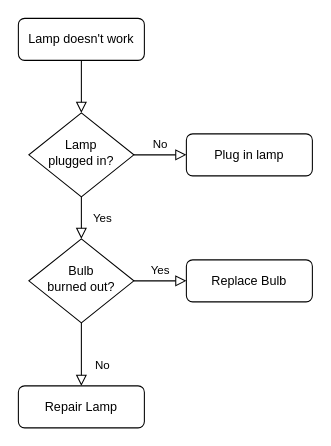
The draw.io diagram Untitled Diagram.drawio in ghensie/HelloWorld, before the edit. Source tidied: cells renumbered, new cells numbered last; positions are measured from the earlier drawing's top-left corner, leaving out a move shared by most shapes. Both pictures are drawn from the tidied source at 105%, with x=0, y=0 at pixel (18, 18).
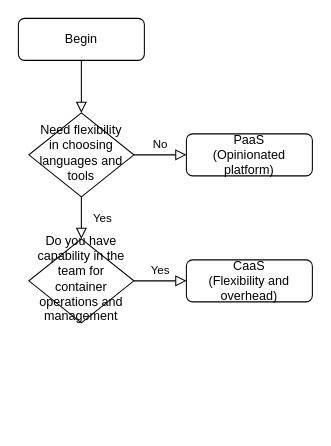
The same diagram, later.

What changed in the source:
```diff
@@
 <mxGraphModel>
   <root>
     <mxCell id="0" />
     <mxCell id="1" parent="0" />
     <mxCell id="2" style="rounded=0;html=1;jettySize=auto;fontSize=11;endArrow=block;endFill=0;endSize=8;strokeWidth=1;shadow=0;labelBackgroundColor=none;edgeStyle=orthogonalEdgeStyle;" parent="1" edge="1" source="3" target="6">
       <mxGeometry relative="1" as="geometry" />
     </mxCell>
-    <mxCell id="3" value="Lamp doesn't work" style="rounded=1;whiteSpace=wrap;html=1;fontSize=12;glass=0;strokeWidth=1;shadow=0;" parent="1" vertex="1">
+    <mxCell id="3" value="Begin" style="rounded=1;whiteSpace=wrap;html=1;fontSize=12;glass=0;strokeWidth=1;shadow=0;" parent="1" vertex="1">
       <mxGeometry width="120" height="40" as="geometry" />
     </mxCell>
     <mxCell id="4" value="Yes" style="rounded=0;html=1;jettySize=auto;fontSize=11;endArrow=block;endFill=0;endSize=8;strokeWidth=1;shadow=0;labelBackgroundColor=none;edgeStyle=orthogonalEdgeStyle;" parent="1" edge="1" source="6" target="10">
       <mxGeometry y="20" relative="1" as="geometry" />
     </mxCell>
     <mxCell id="5" value="No" style="edgeStyle=orthogonalEdgeStyle;rounded=0;html=1;jettySize=auto;fontSize=11;endArrow=block;endFill=0;endSize=8;strokeWidth=1;shadow=0;labelBackgroundColor=none;" parent="1" edge="1" source="6" target="7">
       <mxGeometry y="10" relative="1" as="geometry" />
     </mxCell>
-    <mxCell id="6" value="Lamp&lt;br&gt;plugged in?" style="rhombus;whiteSpace=wrap;html=1;shadow=0;fontFamily=Helvetica;fontSize=12;align=center;strokeWidth=1;spacing=6;spacingTop=-4;" parent="1" vertex="1">
+    <mxCell id="6" value="Need flexibility in choosing languages and tools" style="rhombus;whiteSpace=wrap;html=1;shadow=0;fontFamily=Helvetica;fontSize=12;align=center;strokeWidth=1;spacing=6;spacingTop=-4;" parent="1" vertex="1">
       <mxGeometry x="10" y="90" width="100" height="80" as="geometry" />
     </mxCell>
-    <mxCell id="7" value="Plug in lamp" style="rounded=1;whiteSpace=wrap;html=1;fontSize=12;glass=0;strokeWidth=1;shadow=0;" parent="1" vertex="1">
+    <mxCell id="7" value="PaaS&lt;br&gt;(Opinionated platform)" style="rounded=1;whiteSpace=wrap;html=1;fontSize=12;glass=0;strokeWidth=1;shadow=0;" parent="1" vertex="1">
       <mxGeometry x="160" y="110" width="120" height="40" as="geometry" />
     </mxCell>
-    <mxCell id="8" value="No" style="rounded=0;html=1;jettySize=auto;fontSize=11;endArrow=block;endFill=0;endSize=8;strokeWidth=1;shadow=0;labelBackgroundColor=none;edgeStyle=orthogonalEdgeStyle;" parent="1" edge="1" source="10" target="11">
-      <mxGeometry x="0.33" y="20" relative="1" as="geometry" />
-    </mxCell>
     <mxCell id="9" value="Yes" style="edgeStyle=orthogonalEdgeStyle;rounded=0;html=1;jettySize=auto;fontSize=11;endArrow=block;endFill=0;endSize=8;strokeWidth=1;shadow=0;labelBackgroundColor=none;" parent="1" edge="1" source="10" target="12">
       <mxGeometry y="10" relative="1" as="geometry" />
     </mxCell>
-    <mxCell id="10" value="Bulb&lt;br&gt;burned out?" style="rhombus;whiteSpace=wrap;html=1;shadow=0;fontFamily=Helvetica;fontSize=12;align=center;strokeWidth=1;spacing=6;spacingTop=-4;" parent="1" vertex="1">
+    <mxCell id="10" value="Do you have capability in the team for container operations and management" style="rhombus;whiteSpace=wrap;html=1;shadow=0;fontFamily=Helvetica;fontSize=12;align=center;strokeWidth=1;spacing=6;spacingTop=-4;" parent="1" vertex="1">
       <mxGeometry x="10" y="210" width="100" height="80" as="geometry" />
     </mxCell>
-    <mxCell id="11" value="Repair Lamp" style="rounded=1;whiteSpace=wrap;html=1;fontSize=12;glass=0;strokeWidth=1;shadow=0;" parent="1" vertex="1">
-      <mxGeometry y="350" width="120" height="40" as="geometry" />
-    </mxCell>
-    <mxCell id="12" value="Replace Bulb" style="rounded=1;whiteSpace=wrap;html=1;fontSize=12;glass=0;strokeWidth=1;shadow=0;" parent="1" vertex="1">
+    <mxCell id="12" value="CaaS&lt;br&gt;(Flexibility and overhead)" style="rounded=1;whiteSpace=wrap;html=1;fontSize=12;glass=0;strokeWidth=1;shadow=0;" parent="1" vertex="1">
       <mxGeometry x="160" y="230" width="120" height="40" as="geometry" />
     </mxCell>
   </root>
 </mxGraphModel>
```
